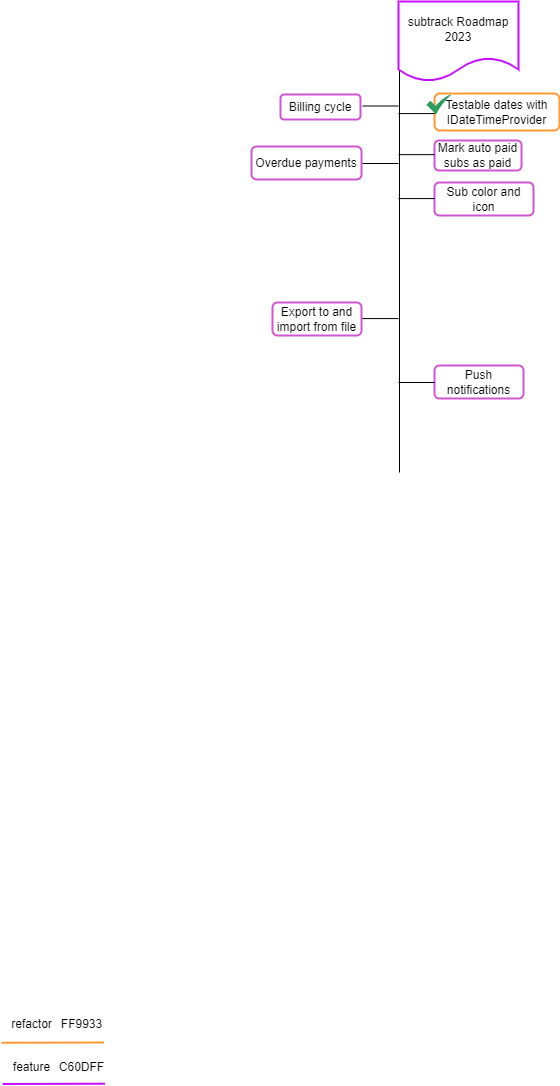
Before: docs/roadmap.png, a diagram exported from draw.io (Code2Gether-Discord/subtrack). Source tidied: cells renumbered, new cells last; positions are measured from the earlier drawing's top-left corner, leaving out a move shared by most shapes.
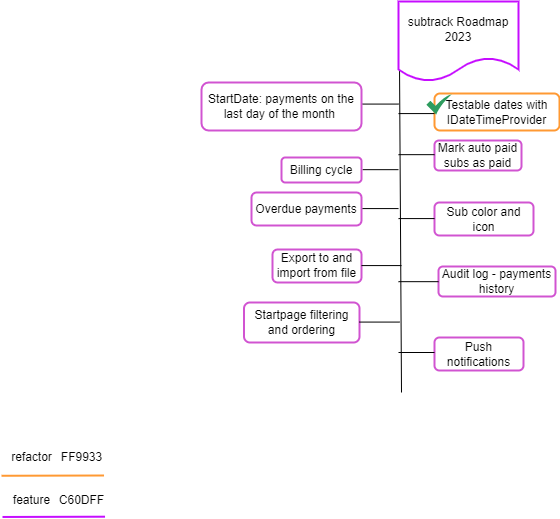
Later version of the same file.

The edit, as a diff of the source:
```diff
@@ -5,7 +5,7 @@
     <mxCell id="2" style="edgeStyle=none;html=1;strokeColor=default;rounded=1;endArrow=none;endFill=0;" parent="1" edge="1">
       <mxGeometry relative="1" as="geometry">
         <mxPoint x="398" y="61" as="sourcePoint" />
-        <mxPoint x="398" y="471" as="targetPoint" />
+        <mxPoint x="400" y="391" as="targetPoint" />
       </mxGeometry>
     </mxCell>
     <mxCell id="3" value="&lt;font color=&quot;#030303&quot;&gt;subtrack Roadmap&lt;br&gt;2023&lt;/font&gt;" style="shape=document;whiteSpace=wrap;html=1;boundedLbl=1;labelBackgroundColor=none;labelBorderColor=none;fillColor=#FFFFFF;strokeColor=#C60DFF;fontColor=#FFFFFF;strokeWidth=2;" parent="1" vertex="1">
@@ -13,35 +13,35 @@
     </mxCell>
     <mxCell id="4" style="edgeStyle=none;rounded=1;html=1;strokeColor=default;fontColor=#030303;endArrow=none;endFill=0;" parent="1" edge="1">
       <mxGeometry relative="1" as="geometry">
-        <mxPoint x="361" y="104.5" as="sourcePoint" />
-        <mxPoint x="397" y="104.5" as="targetPoint" />
+        <mxPoint x="361" y="168.2" as="sourcePoint" />
+        <mxPoint x="397" y="168.2" as="targetPoint" />
       </mxGeometry>
     </mxCell>
     <mxCell id="5" value="Billing cycle" style="rounded=1;whiteSpace=wrap;html=1;labelBackgroundColor=none;labelBorderColor=none;strokeColor=#D154D1;strokeWidth=2;fontColor=#030303;fillColor=#FFFFFF;" parent="1" vertex="1">
-      <mxGeometry x="279" y="93" width="80" height="25" as="geometry" />
+      <mxGeometry x="280" y="156" width="80" height="25" as="geometry" />
     </mxCell>
     <mxCell id="6" style="endArrow=none;html=1;rounded=1;strokeColor=#C60DFF;fontColor=#030303;strokeWidth=2;entryX=0.836;entryY=1.04;entryDx=0;entryDy=0;entryPerimeter=0;" parent="1" edge="1" target="7">
       <mxGeometry relative="1" as="geometry">
-        <mxPoint x="1" y="1082.5" as="sourcePoint" />
+        <mxPoint x="1" y="515.5" as="sourcePoint" />
       </mxGeometry>
     </mxCell>
     <mxCell id="7" value="C60DFF" style="text;html=1;align=center;verticalAlign=middle;points=[];strokeColor=none;fillColor=none;fontColor=#030303;" parent="1" vertex="1">
-      <mxGeometry x="45" y="1051" width="70" height="30" as="geometry" />
+      <mxGeometry x="45" y="484" width="70" height="30" as="geometry" />
     </mxCell>
     <mxCell id="8" value="feature" style="text;html=1;align=center;verticalAlign=middle;strokeColor=none;fillColor=none;fontColor=#030303;" parent="1" vertex="1">
-      <mxGeometry y="1051" width="60" height="30" as="geometry" />
+      <mxGeometry y="484" width="60" height="30" as="geometry" />
     </mxCell>
     <mxCell id="9" style="endArrow=none;html=1;rounded=1;strokeColor=#FF9933;fontColor=#030303;strokeWidth=2;entryX=0.836;entryY=1.04;entryDx=0;entryDy=0;entryPerimeter=0;" parent="1" edge="1">
       <mxGeometry relative="1" as="geometry">
-        <mxPoint y="1041.3" as="sourcePoint" />
-        <mxPoint x="102.5" y="1041" as="targetPoint" />
+        <mxPoint y="474.3" as="sourcePoint" />
+        <mxPoint x="102.5" y="474" as="targetPoint" />
       </mxGeometry>
     </mxCell>
     <mxCell id="10" value="refactor" style="text;html=1;align=center;verticalAlign=middle;strokeColor=none;fillColor=none;fontColor=#030303;" parent="1" vertex="1">
-      <mxGeometry y="1008" width="60" height="30" as="geometry" />
+      <mxGeometry y="441" width="60" height="30" as="geometry" />
     </mxCell>
     <mxCell id="11" value="FF9933" style="text;html=1;align=center;verticalAlign=middle;strokeColor=none;fillColor=none;fontColor=#030303;" parent="1" vertex="1">
-      <mxGeometry x="50" y="1008" width="60" height="30" as="geometry" />
+      <mxGeometry x="50" y="441" width="60" height="30" as="geometry" />
     </mxCell>
     <mxCell id="12" value="Testable dates with&lt;br&gt;IDateTimeProvider" style="rounded=1;whiteSpace=wrap;html=1;labelBackgroundColor=none;labelBorderColor=none;strokeColor=#FF9933;strokeWidth=2;fontColor=#030303;fillColor=#FFFFFF;" parent="1" vertex="1">
       <mxGeometry x="433" y="92" width="125" height="37" as="geometry" />
@@ -62,43 +62,70 @@
       </mxGeometry>
     </mxCell>
     <mxCell id="16" value="Export to and import from file" style="rounded=1;whiteSpace=wrap;html=1;labelBackgroundColor=none;labelBorderColor=none;strokeColor=#D154D1;strokeWidth=2;fontColor=#030303;fillColor=#FFFFFF;" parent="1" vertex="1">
-      <mxGeometry x="271" y="301" width="89" height="33" as="geometry" />
+      <mxGeometry x="271" y="248" width="89" height="33" as="geometry" />
     </mxCell>
     <mxCell id="17" style="edgeStyle=none;rounded=1;html=1;strokeColor=default;fontColor=#030303;endArrow=none;endFill=0;" parent="1" edge="1">
       <mxGeometry relative="1" as="geometry">
-        <mxPoint x="361" y="317.1" as="sourcePoint" />
-        <mxPoint x="397" y="317.1" as="targetPoint" />
+        <mxPoint x="360" y="264.1" as="sourcePoint" />
+        <mxPoint x="400" y="264.1" as="targetPoint" />
       </mxGeometry>
     </mxCell>
     <mxCell id="18" value="Push notifications" style="rounded=1;whiteSpace=wrap;html=1;labelBackgroundColor=none;labelBorderColor=none;strokeColor=#D154D1;strokeWidth=2;fontColor=#030303;fillColor=#FFFFFF;" parent="1" vertex="1">
-      <mxGeometry x="433" y="364" width="89" height="33" as="geometry" />
+      <mxGeometry x="433" y="336" width="89" height="33" as="geometry" />
     </mxCell>
     <mxCell id="19" style="edgeStyle=none;rounded=1;html=1;strokeColor=default;fontColor=#030303;endArrow=none;endFill=0;" parent="1" edge="1">
       <mxGeometry relative="1" as="geometry">
-        <mxPoint x="397" y="381" as="sourcePoint" />
-        <mxPoint x="433" y="381" as="targetPoint" />
+        <mxPoint x="397" y="351" as="sourcePoint" />
+        <mxPoint x="433" y="351" as="targetPoint" />
       </mxGeometry>
     </mxCell>
     <mxCell id="20" value="Overdue payments" style="rounded=1;whiteSpace=wrap;html=1;labelBackgroundColor=none;labelBorderColor=none;strokeColor=#D154D1;strokeWidth=2;fontColor=#030303;fillColor=#FFFFFF;" parent="1" vertex="1">
-      <mxGeometry x="250" y="145" width="110" height="33" as="geometry" />
+      <mxGeometry x="250" y="191" width="110" height="33" as="geometry" />
     </mxCell>
     <mxCell id="21" style="edgeStyle=none;rounded=1;html=1;strokeColor=default;fontColor=#030303;endArrow=none;endFill=0;" parent="1" edge="1">
       <mxGeometry relative="1" as="geometry">
-        <mxPoint x="361" y="162" as="sourcePoint" />
-        <mxPoint x="397" y="162" as="targetPoint" />
+        <mxPoint x="361" y="207.1" as="sourcePoint" />
+        <mxPoint x="397" y="207.1" as="targetPoint" />
       </mxGeometry>
     </mxCell>
     <mxCell id="22" value="Sub color and icon" style="rounded=1;whiteSpace=wrap;html=1;labelBackgroundColor=none;labelBorderColor=none;strokeColor=#D154D1;strokeWidth=2;fontColor=#030303;fillColor=#FFFFFF;" parent="1" vertex="1">
-      <mxGeometry x="433" y="181" width="99" height="33" as="geometry" />
+      <mxGeometry x="433" y="201" width="99" height="33" as="geometry" />
     </mxCell>
     <mxCell id="23" style="edgeStyle=none;rounded=1;html=1;strokeColor=default;fontColor=#030303;endArrow=none;endFill=0;" parent="1" edge="1">
       <mxGeometry relative="1" as="geometry">
-        <mxPoint x="397" y="197.1" as="sourcePoint" />
-        <mxPoint x="433" y="197.1" as="targetPoint" />
+        <mxPoint x="397" y="217.1" as="sourcePoint" />
+        <mxPoint x="433" y="217.1" as="targetPoint" />
       </mxGeometry>
     </mxCell>
     <mxCell id="24" style="sketch=0;html=1;strokeColor=none;shadow=0;align=center;verticalAlign=top;fillColor=#2D9C5E;shape=mxgraph.gcp2.check;" parent="1" vertex="1">
       <mxGeometry x="425" y="93" width="25" height="20" as="geometry" />
     </mxCell>
+    <mxCell id="25" value="StartDate: payments on the last day of the month&amp;nbsp;" style="rounded=1;whiteSpace=wrap;html=1;labelBackgroundColor=none;labelBorderColor=none;strokeColor=#D154D1;strokeWidth=2;fontColor=#030303;fillColor=#FFFFFF;" parent="1" vertex="1">
+      <mxGeometry x="200" y="81" width="160" height="48" as="geometry" />
+    </mxCell>
+    <mxCell id="26" style="edgeStyle=none;rounded=1;html=1;strokeColor=default;fontColor=#030303;endArrow=none;endFill=0;" parent="1" edge="1">
+      <mxGeometry relative="1" as="geometry">
+        <mxPoint x="361" y="102.6" as="sourcePoint" />
+        <mxPoint x="397" y="102.6" as="targetPoint" />
+      </mxGeometry>
+    </mxCell>
+    <mxCell id="27" value="Audit log - payments history" style="rounded=1;whiteSpace=wrap;html=1;labelBackgroundColor=none;labelBorderColor=none;strokeColor=#D154D1;strokeWidth=2;fontColor=#030303;fillColor=#FFFFFF;" parent="1" vertex="1">
+      <mxGeometry x="437" y="265" width="117" height="30" as="geometry" />
+    </mxCell>
+    <mxCell id="28" style="edgeStyle=none;rounded=1;html=1;strokeColor=default;fontColor=#030303;endArrow=none;endFill=0;" parent="1" edge="1">
+      <mxGeometry relative="1" as="geometry">
+        <mxPoint x="397" y="280.2" as="sourcePoint" />
+        <mxPoint x="437" y="280.2" as="targetPoint" />
+      </mxGeometry>
+    </mxCell>
+    <mxCell id="29" value="Startpage filtering and ordering" style="rounded=1;whiteSpace=wrap;html=1;labelBackgroundColor=none;labelBorderColor=none;strokeColor=#D154D1;strokeWidth=2;fontColor=#030303;fillColor=#FFFFFF;" parent="1" vertex="1">
+      <mxGeometry x="242.5" y="301" width="115.5" height="40" as="geometry" />
+    </mxCell>
+    <mxCell id="30" style="edgeStyle=none;rounded=1;html=1;strokeColor=default;fontColor=#030303;endArrow=none;endFill=0;" parent="1" edge="1">
+      <mxGeometry relative="1" as="geometry">
+        <mxPoint x="358" y="320.6" as="sourcePoint" />
+        <mxPoint x="398" y="320.6" as="targetPoint" />
+      </mxGeometry>
+    </mxCell>
   </root>
 </mxGraphModel>
```
